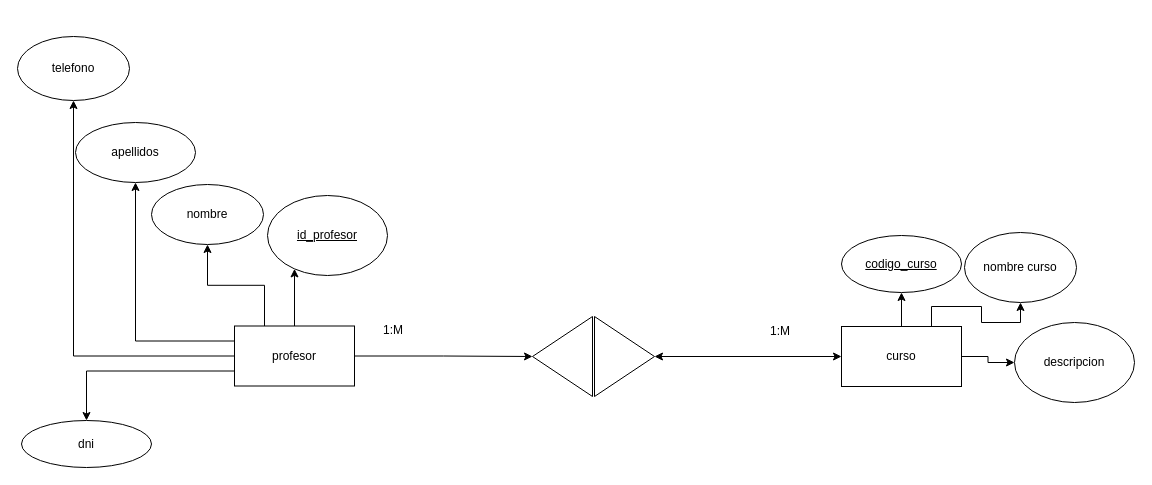
aaron7780/Portafolio keeps this draw.io diagram as 2.03 insti bis.drawio. Above is the earlier version. Source tidied: cells renumbered, new cells numbered last; positions are measured from the earlier drawing's top-left corner, leaving out a move shared by most shapes. Both pictures are drawn from the tidied source at 100%, with x=0, y=0 at pixel (17, 36).
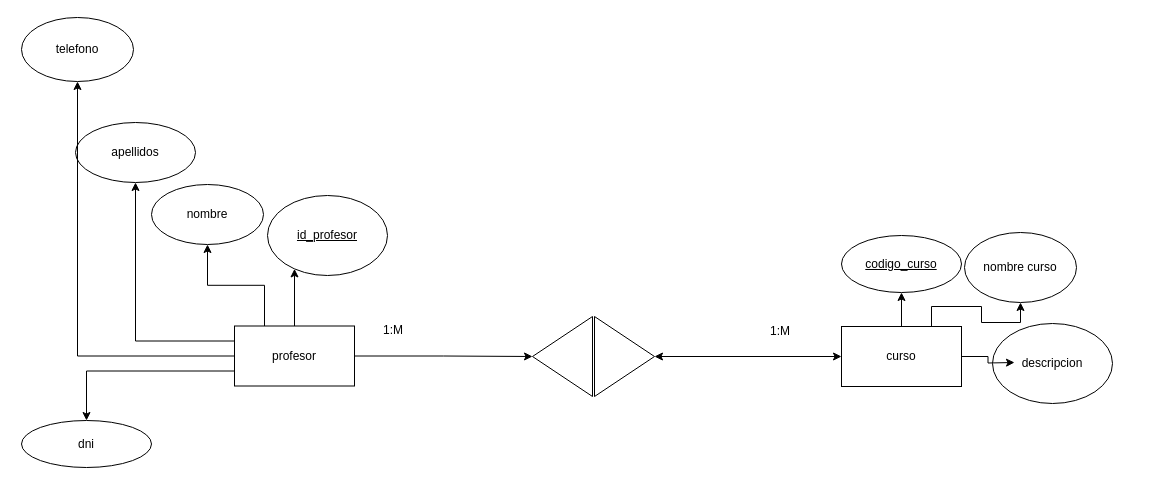
After the change.

Unchanged cells that the change refers to:
```xml
<mxCell id="11" value="curso" style="rounded=0;whiteSpace=wrap;html=1;" parent="2" vertex="1">
  <mxGeometry x="607" y="134" width="120" height="60" as="geometry" />
</mxCell>
```

Change to the diagram source:
```diff
@@
     <mxCell id="20" value="telefono" style="ellipse;whiteSpace=wrap;html=1;shapeInside=1;" parent="1" vertex="1">
-      <mxGeometry width="112" height="64" as="geometry" />
+      <mxGeometry x="4" y="-19" width="112" height="64" as="geometry" />
     </mxCell>
@@
     <mxCell id="26" value="descripcion" style="ellipse;whiteSpace=wrap;html=1;shapeInside=1;" parent="1" vertex="1">
-      <mxGeometry x="997" y="286" width="120" height="80" as="geometry" />
+      <mxGeometry x="975" y="287" width="120" height="80" as="geometry" />
     </mxCell>
-    <mxCell id="27" style="edgeStyle=orthogonalEdgeStyle;rounded=0;jettySize=auto;html=1;exitX=1;exitY=0.5;exitDx=0;exitDy=0;" parent="1" edge="1" source="11" target="26">
-      <mxGeometry relative="1" as="geometry" />
+    <mxCell id="27" style="edgeStyle=orthogonalEdgeStyle;rounded=0;jettySize=auto;html=1;exitX=1;exitY=0.5;exitDx=0;exitDy=0;" parent="1" edge="1" source="11">
+      <mxGeometry relative="1" as="geometry">
+        <mxPoint x="997" y="326" as="targetPoint" />
+      </mxGeometry>
     </mxCell>
```
